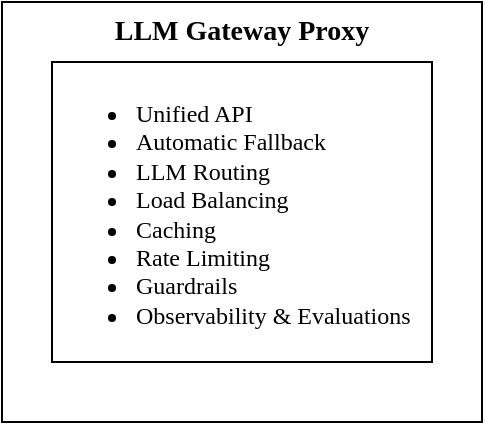
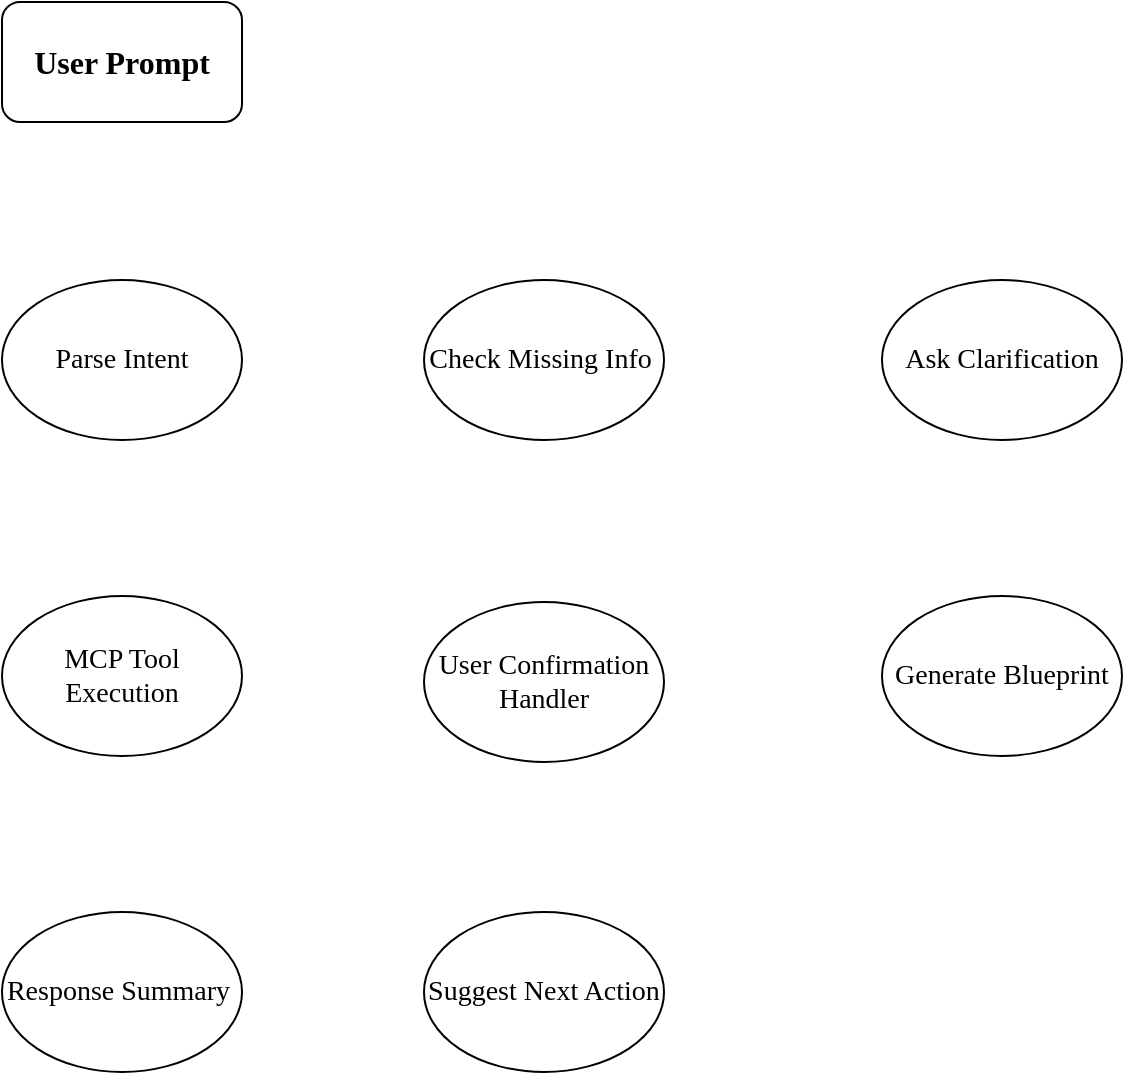
<mxfile host="app.diagrams.net">
  <diagram name="Page-1" id="b4t-OHUZPeLjAcX_frFG">
-     <mxGraphModel dx="737" dy="448" grid="1" gridSize="10" guides="1" tooltips="1" connect="1" arrows="1" fold="1" page="1" pageScale="1" pageWidth="850" pageHeight="1100" math="0" shadow="0">
+     <mxGraphModel dx="1191" dy="775" grid="0" gridSize="10" guides="1" tooltips="1" connect="1" arrows="1" fold="1" page="1" pageScale="1" pageWidth="850" pageHeight="1100" math="0" shadow="0">
      <root>
        <mxCell id="0" />
        <mxCell id="1" parent="0" />
-         <mxCell id="MyxVNCEdh3MRacfrhNUW-3" parent="1" style="rounded=0;whiteSpace=wrap;html=1;fontFamily=Times New Roman;verticalAlign=top;fontSize=14;fontStyle=1;movable=1;resizable=1;rotatable=1;deletable=1;editable=1;locked=0;connectable=1;" value="LLM Gateway Proxy" vertex="1">
-           <mxGeometry height="210" width="240" x="60" y="170" as="geometry" />
+         <mxCell id="P_YzglyMpul9Apfuinjc-1" parent="1" style="rounded=1;whiteSpace=wrap;html=1;fontFamily=Times New Roman;fontStyle=1;fontSize=16;" value="User Prompt" vertex="1">
+           <mxGeometry height="60" width="120" x="137" y="35" as="geometry" />
        </mxCell>
-         <mxCell id="MyxVNCEdh3MRacfrhNUW-2" parent="1" style="rounded=0;html=1;verticalAlign=top;labelBorderColor=none;fontFamily=Times New Roman;fontSize=12;align=left;labelBackgroundColor=none;whiteSpace=wrap;" value="&lt;ul style=&quot;&quot;&gt;&lt;li style=&quot;&quot;&gt;&lt;span style=&quot;color: light-dark(rgb(0, 0, 0), rgb(255, 255, 255));&quot;&gt;Unified API&lt;/span&gt;&lt;/li&gt;&lt;li style=&quot;&quot;&gt;Automatic Fallback&amp;nbsp;&lt;/li&gt;&lt;li style=&quot;&quot;&gt;LLM Routing&lt;/li&gt;&lt;li style=&quot;&quot;&gt;Load Balancing&lt;/li&gt;&lt;li style=&quot;&quot;&gt;Caching&lt;/li&gt;&lt;li style=&quot;&quot;&gt;Rate Limiting&lt;/li&gt;&lt;li style=&quot;&quot;&gt;Guardrails&lt;/li&gt;&lt;li style=&quot;&quot;&gt;Observability &amp;amp; Evaluations&lt;/li&gt;&lt;/ul&gt;" vertex="1">
-           <mxGeometry height="150" width="190" x="85" y="200" as="geometry" />
+         <mxCell id="P_YzglyMpul9Apfuinjc-3" parent="1" style="ellipse;whiteSpace=wrap;html=1;fontFamily=Times New Roman;fontSize=14;" value="Parse Intent" vertex="1">
+           <mxGeometry height="80" width="120" x="137" y="174" as="geometry" />
+         </mxCell>
+         <mxCell id="P_YzglyMpul9Apfuinjc-4" parent="1" style="ellipse;whiteSpace=wrap;html=1;fontFamily=Times New Roman;fontSize=14;" value="Check Missing Info&amp;nbsp;" vertex="1">
+           <mxGeometry height="80" width="120" x="348" y="174" as="geometry" />
+         </mxCell>
+         <mxCell id="P_YzglyMpul9Apfuinjc-5" parent="1" style="ellipse;whiteSpace=wrap;html=1;fontFamily=Times New Roman;fontSize=14;" value="Ask Clarification" vertex="1">
+           <mxGeometry height="80" width="120" x="577" y="174" as="geometry" />
+         </mxCell>
+         <mxCell id="P_YzglyMpul9Apfuinjc-6" parent="1" style="ellipse;whiteSpace=wrap;html=1;fontFamily=Times New Roman;fontSize=14;" value="Generate Blueprint" vertex="1">
+           <mxGeometry height="80" width="120" x="577" y="332" as="geometry" />
+         </mxCell>
+         <mxCell id="P_YzglyMpul9Apfuinjc-7" parent="1" style="ellipse;whiteSpace=wrap;html=1;fontFamily=Times New Roman;fontSize=14;" value="User Confirmation Handler" vertex="1">
+           <mxGeometry height="80" width="120" x="348" y="335" as="geometry" />
+         </mxCell>
+         <mxCell id="P_YzglyMpul9Apfuinjc-9" parent="1" style="ellipse;whiteSpace=wrap;html=1;fontFamily=Times New Roman;fontSize=14;" value="MCP Tool Execution" vertex="1">
+           <mxGeometry height="80" width="120" x="137" y="332" as="geometry" />
+         </mxCell>
+         <mxCell id="P_YzglyMpul9Apfuinjc-10" parent="1" style="ellipse;whiteSpace=wrap;html=1;fontFamily=Times New Roman;fontSize=14;" value="Response Summary&amp;nbsp;" vertex="1">
+           <mxGeometry height="80" width="120" x="137" y="490" as="geometry" />
+         </mxCell>
+         <mxCell id="P_YzglyMpul9Apfuinjc-11" parent="1" style="ellipse;whiteSpace=wrap;html=1;fontFamily=Times New Roman;fontSize=14;" value="Suggest Next Action" vertex="1">
+           <mxGeometry height="80" width="120" x="348" y="490" as="geometry" />
        </mxCell>
      </root>
    </mxGraphModel>
  </diagram>
</mxfile>
